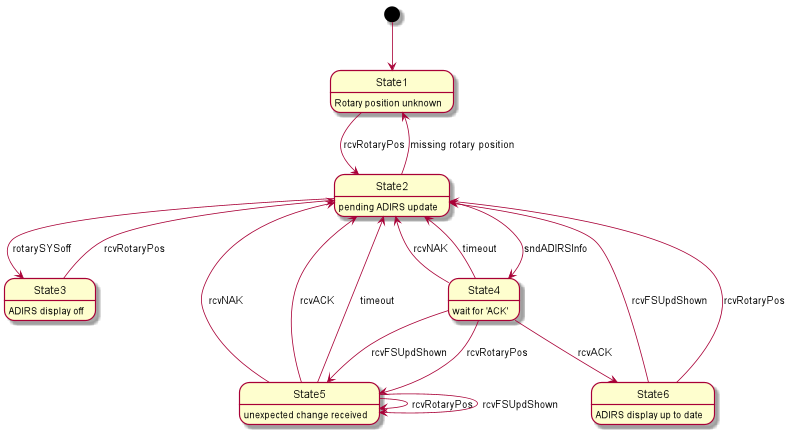
Earlier version of the PlantUML export docu/images/stateAdir.png (buentead/ADIRS). Its diagram source:
```plantuml
@startuml
scale 800*600
hide empty description
[*] --> State1
State1 : Rotary position unknown
State1 --> State2 : rcvRotaryPos
State2 : pending ADIRS update
State2 --> State1 : missing rotary position
State2 --> State3 : rotarySYSoff
State3 : ADIRS display off
State3 --> State2 : rcvRotaryPos
State2 --> State4 : sndADIRSInfo
State4 : wait for 'ACK'
State4 --> State2 : rcvNAK
State4 --> State2 : timeout
State4 --> State5 : rcvRotaryPos
State4 --> State5 : rcvFSUpdShown
State5 : unexpected change received
State5 --> State2 : rcvNAK
State5 --> State2 : rcvACK
State5 --> State2 : timeout
State5 --> State5 : rcvRotaryPos
State5 --> State5 : rcvFSUpdShown
State4 --> State6 : rcvACK
State6 : ADIRS display up to date
State6 --> State2 : rcvRotaryPos
State6 --> State2 : rcvFSUpdShown
}
@enduml
```
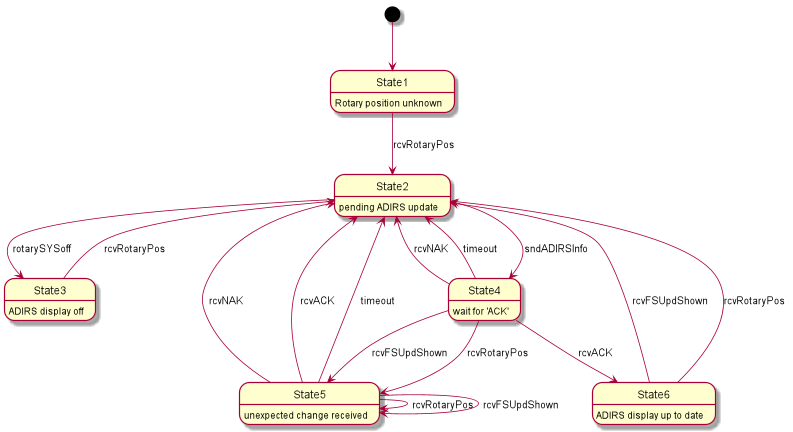
Later version of the same file.

Change to the diagram source:
```diff
@@ -5,7 +5,6 @@
 State1 : Rotary position unknown
 State1 --> State2 : rcvRotaryPos
 State2 : pending ADIRS update
-State2 --> State1 : missing rotary position
 State2 --> State3 : rotarySYSoff
 State3 : ADIRS display off
 State3 --> State2 : rcvRotaryPos
```
